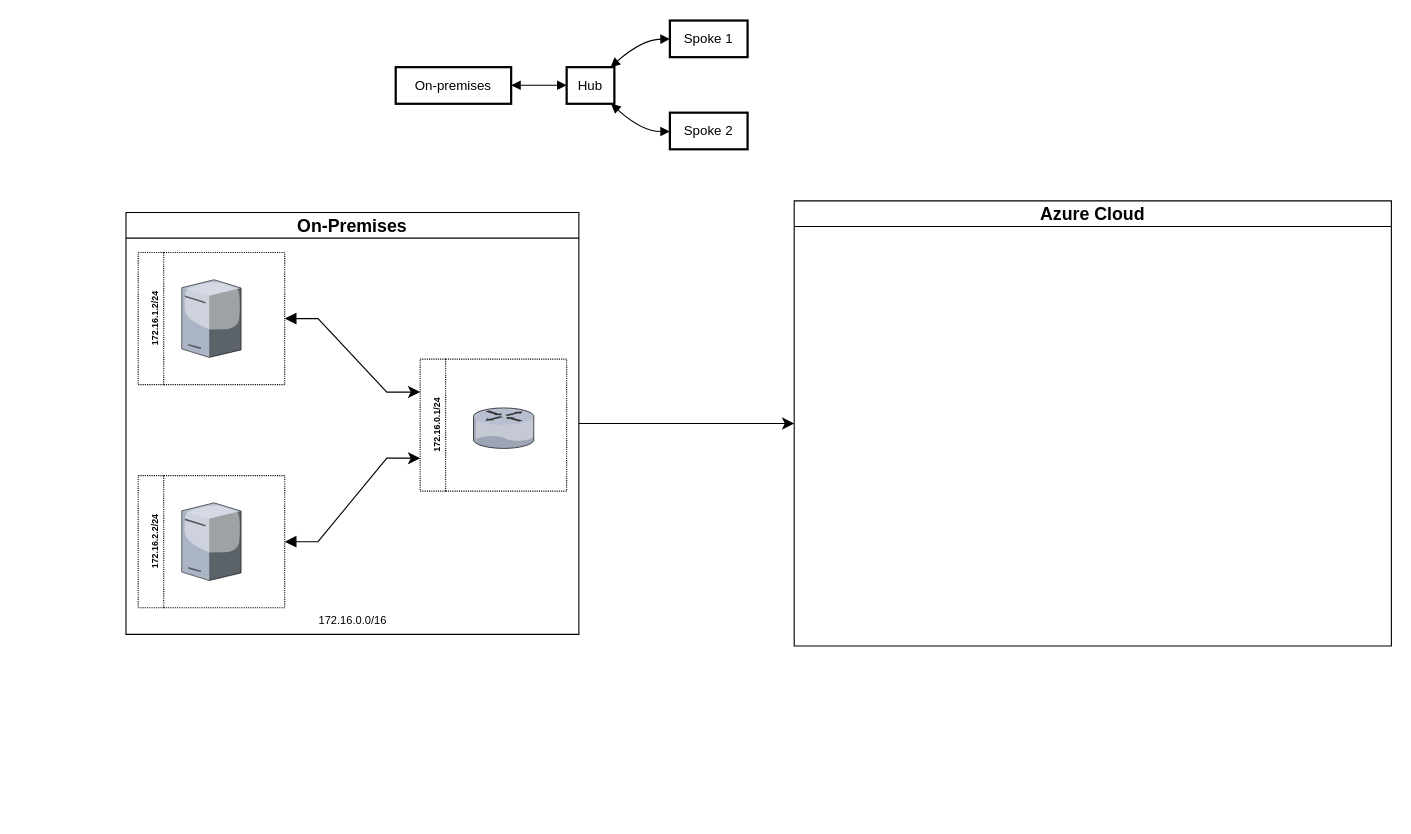
ferreirageison/devops keeps this draw.io diagram as architecture/azure/HUB-Spokes.drawio. Above is the earlier version. Source tidied: cells renumbered, new cells numbered last; positions are measured from the earlier drawing's top-left corner, leaving out a move shared by most shapes. Both pictures are drawn from the tidied source at 111%, with x=0, y=0 at pixel (125, 20).
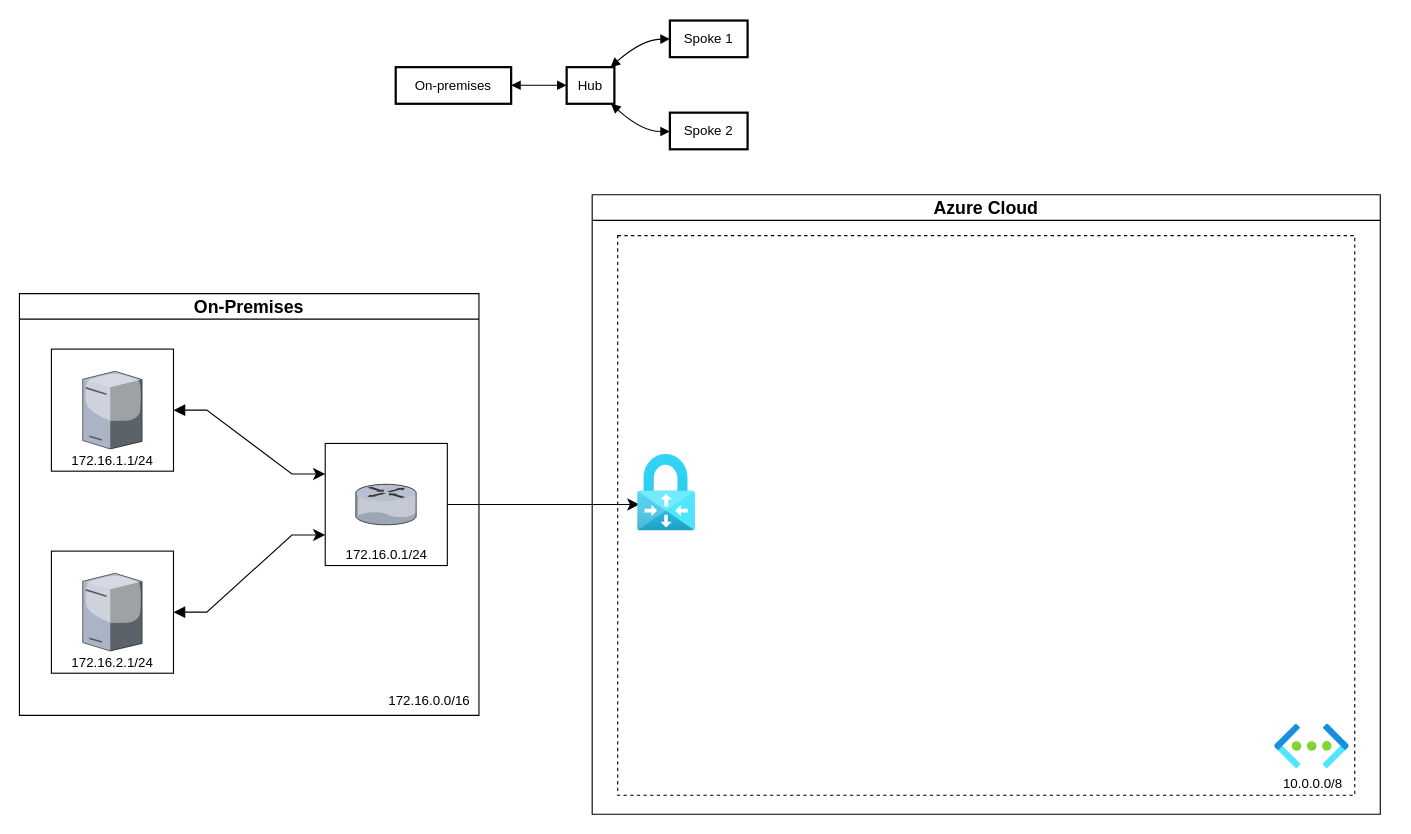
Above is the later version.

What changed in the source:
```diff
@@
+    <mxCell id="10" value="On-Premises" style="swimlane;whiteSpace=wrap;html=1;fontSize=16;" parent="1" vertex="1">
+      <mxGeometry x="-96" y="246" width="414" height="380" as="geometry" />
+    </mxCell>
+    <mxCell id="21" value="172.16.1.1/24" style="fillColor=none;labelPosition=center;verticalLabelPosition=middle;align=center;verticalAlign=bottom;whiteSpace=wrap;html=1;" parent="10" vertex="1">
+      <mxGeometry x="28.8" y="50" width="110" height="110" as="geometry" />
+    </mxCell>
+    <mxCell id="11" value="&lt;font style=&quot;font-size: 12px;&quot;&gt;172.16.0.0/16&lt;/font&gt;" style="text;html=1;align=center;verticalAlign=middle;strokeColor=none;fillColor=none;fontSize=12;" parent="10" vertex="1">
+      <mxGeometry x="323" y="354" width="91" height="26" as="geometry" />
+    </mxCell>
+    <mxCell id="12" style="rounded=0;jettySize=auto;html=1;entryX=0;entryY=0.25;entryDx=0;entryDy=0;fontSize=12;startSize=8;endSize=8;startArrow=block;startFill=1;edgeStyle=entityRelationEdgeStyle;exitX=1;exitY=0.5;exitDx=0;exitDy=0;" parent="10" edge="1" source="21" target="18">
+      <mxGeometry relative="1" as="geometry" />
+    </mxCell>
+    <mxCell id="15" style="edgeStyle=entityRelationEdgeStyle;rounded=0;jettySize=auto;html=1;entryX=0;entryY=0.75;entryDx=0;entryDy=0;fontSize=12;startSize=8;endSize=8;startArrow=block;startFill=1;exitX=1;exitY=0.5;exitDx=0;exitDy=0;" parent="10" edge="1" source="22" target="18">
+      <mxGeometry relative="1" as="geometry" />
+    </mxCell>
+    <mxCell id="14" style="verticalLabelPosition=bottom;sketch=0;html=1;verticalAlign=top;strokeColor=none;align=center;shape=mxgraph.citrix.tower_server;fontSize=16;" parent="10" vertex="1">
+      <mxGeometry x="57" y="70" width="53.5" height="70" as="geometry" />
+    </mxCell>
+    <mxCell id="17" style="verticalLabelPosition=bottom;sketch=0;html=1;verticalAlign=top;strokeColor=none;align=center;shape=mxgraph.citrix.tower_server;fontSize=16;" parent="10" vertex="1">
+      <mxGeometry x="57" y="252" width="53.5" height="70" as="geometry" />
+    </mxCell>
+    <mxCell id="22" value="172.16.2.1/24" style="whiteSpace=wrap;html=1;fillColor=none;spacing=2;spacingTop=0;labelPosition=center;verticalLabelPosition=middle;align=center;verticalAlign=bottom;" parent="10" vertex="1">
+      <mxGeometry x="28.8" y="232" width="110" height="110" as="geometry" />
+    </mxCell>
+    <mxCell id="23" style="verticalLabelPosition=bottom;sketch=0;html=1;verticalAlign=top;strokeColor=none;align=center;shape=mxgraph.citrix.router;fontSize=16;" parent="10" vertex="1">
+      <mxGeometry x="303" y="171.8" width="55" height="36.5" as="geometry" />
+    </mxCell>
+    <mxCell id="18" value="172.16.0.1/24" style="fillColor=none;labelPosition=center;verticalLabelPosition=middle;align=center;verticalAlign=bottom;whiteSpace=wrap;html=1;" parent="10" vertex="1">
+      <mxGeometry x="275.5" y="135" width="110" height="110" as="geometry" />
+    </mxCell>
@@
-    <mxCell id="9" style="edgeStyle=none;curved=1;rounded=0;jettySize=auto;html=1;entryX=0;entryY=0.5;entryDx=0;entryDy=0;fontSize=12;startSize=8;endSize=8;" parent="1" edge="1" source="10" target="20">
+    <mxCell id="9" style="edgeStyle=none;curved=1;rounded=0;jettySize=auto;html=1;entryX=0.03;entryY=0.652;entryDx=0;entryDy=0;fontSize=12;startSize=8;endSize=8;entryPerimeter=0;exitX=1;exitY=0.5;exitDx=0;exitDy=0;" parent="1" edge="1" source="18" target="26">
       <mxGeometry relative="1" as="geometry" />
     </mxCell>
-    <mxCell id="10" value="On-Premises" style="swimlane;whiteSpace=wrap;html=1;fontSize=16;" parent="1" vertex="1">
-      <mxGeometry y="173" width="408" height="380" as="geometry" />
-    </mxCell>
-    <mxCell id="11" value="&lt;font style=&quot;font-size: 10px;&quot;&gt;172.16.0.0/16&lt;/font&gt;" style="text;html=1;align=center;verticalAlign=middle;strokeColor=none;fillColor=none;fontSize=16;" parent="10" vertex="1">
-      <mxGeometry x="164.5" y="349" width="79" height="31" as="geometry" />
-    </mxCell>
-    <mxCell id="12" style="rounded=0;jettySize=auto;html=1;entryX=0;entryY=0.25;entryDx=0;entryDy=0;fontSize=12;startSize=8;endSize=8;startArrow=block;startFill=1;edgeStyle=entityRelationEdgeStyle;" parent="10" edge="1" source="13" target="18">
-      <mxGeometry relative="1" as="geometry" />
-    </mxCell>
-    <mxCell id="13" value="&lt;font style=&quot;font-size: 8px;&quot;&gt;172.16.1.2/24&lt;br&gt;&lt;/font&gt;" style="swimlane;horizontal=0;whiteSpace=wrap;html=1;fontSize=16;dashed=1;dashPattern=1 1;spacingTop=0;" parent="10" vertex="1">
-      <mxGeometry x="11" y="36" width="132" height="119" as="geometry" />
-    </mxCell>
-    <mxCell id="14" style="verticalLabelPosition=bottom;sketch=0;html=1;verticalAlign=top;strokeColor=none;align=center;shape=mxgraph.citrix.tower_server;fontSize=16;" parent="13" vertex="1">
-      <mxGeometry x="39.2" y="24.5" width="53.5" height="70" as="geometry" />
-    </mxCell>
-    <mxCell id="15" style="edgeStyle=entityRelationEdgeStyle;rounded=0;jettySize=auto;html=1;entryX=0;entryY=0.75;entryDx=0;entryDy=0;fontSize=12;startSize=8;endSize=8;startArrow=block;startFill=1;" parent="10" edge="1" source="16" target="18">
-      <mxGeometry relative="1" as="geometry" />
-    </mxCell>
-    <mxCell id="16" value="&lt;font style=&quot;font-size: 8px;&quot;&gt;172.16.2.2/24&lt;br&gt;&lt;/font&gt;" style="swimlane;horizontal=0;whiteSpace=wrap;html=1;fontSize=16;dashed=1;dashPattern=1 1;spacingTop=0;" parent="10" vertex="1">
-      <mxGeometry x="11" y="237" width="132" height="119" as="geometry" />
-    </mxCell>
-    <mxCell id="17" style="verticalLabelPosition=bottom;sketch=0;html=1;verticalAlign=top;strokeColor=none;align=center;shape=mxgraph.citrix.tower_server;fontSize=16;" parent="16" vertex="1">
-      <mxGeometry x="39.2" y="24.5" width="53.5" height="70" as="geometry" />
-    </mxCell>
-    <mxCell id="18" value="&lt;font style=&quot;font-size: 8px;&quot;&gt;172.16.0.1/24&lt;br&gt;&lt;/font&gt;" style="swimlane;horizontal=0;whiteSpace=wrap;html=1;fontSize=16;dashed=1;dashPattern=1 1;spacingTop=0;direction=east;" parent="10" vertex="1">
-      <mxGeometry x="265" y="132" width="132" height="119" as="geometry" />
-    </mxCell>
-    <mxCell id="19" style="verticalLabelPosition=bottom;sketch=0;html=1;verticalAlign=top;strokeColor=none;align=center;shape=mxgraph.citrix.router;fontSize=16;" parent="18" vertex="1">
-      <mxGeometry x="48" y="44" width="55" height="36.5" as="geometry" />
-    </mxCell>
     <mxCell id="20" value="Azure Cloud" style="swimlane;whiteSpace=wrap;html=1;fontSize=16;" parent="1" vertex="1">
-      <mxGeometry x="602" y="162.5" width="538" height="401" as="geometry" />
+      <mxGeometry x="420" y="157" width="710" height="558" as="geometry" />
     </mxCell>
+    <mxCell id="24" style="rounded=0;whiteSpace=wrap;html=1;fontSize=16;dashed=1;fillColor=none;" parent="20" vertex="1">
+      <mxGeometry x="23" y="36.8" width="664" height="504.2" as="geometry" />
+    </mxCell>
+    <mxCell id="25" value="10.0.0.0/8" style="image;html=1;align=center;fontSize=12;image=img/lib/azure2/networking/Virtual_Networks.svg;imageBorder=none;strokeWidth=1;" parent="20" vertex="1">
+      <mxGeometry x="615" y="477" width="67" height="40" as="geometry" />
+    </mxCell>
+    <mxCell id="26" style="image;html=1;points=[];align=center;fontSize=12;image=img/lib/azure2/networking/Virtual_Network_Gateways.svg;" parent="20" vertex="1">
+      <mxGeometry x="41" y="234" width="52" height="69" as="geometry" />
+    </mxCell>
```
